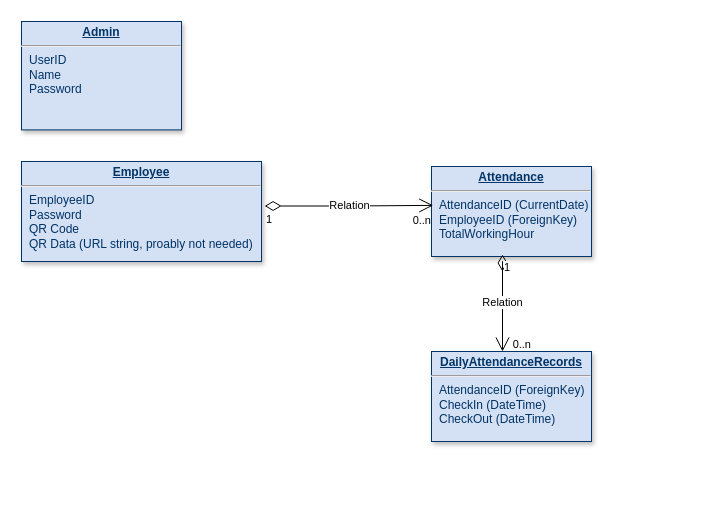
Calmen00-code/AttendanceTracker keeps this draw.io diagram as Diagram/DatabaseDiagram/Database.drawio. Above is the earlier version. Source tidied: cells renumbered, new cells numbered last; positions are measured from the earlier drawing's top-left corner, leaving out a move shared by most shapes. Both pictures are drawn from the tidied source at 100%, with x=0, y=0 at pixel (21, 21).
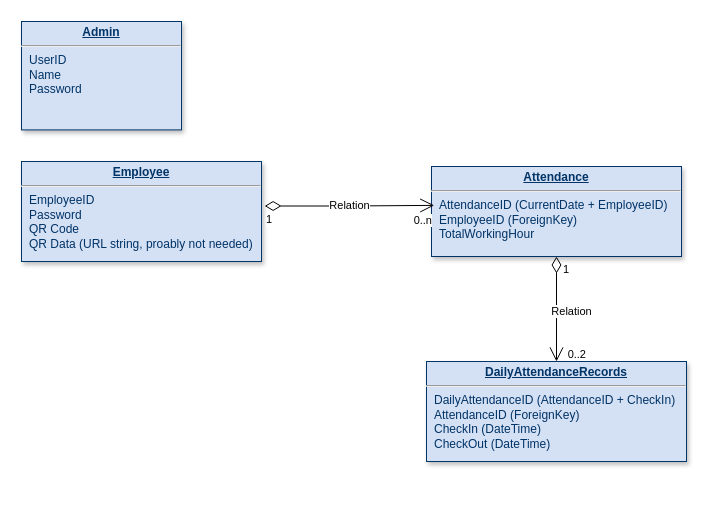
The same page after the edit.

Commit message (it also covers changes not shown here):
Created new DB to include DailyAttendanceRecords table

The edit, as a diff of the source:
```diff
@@
 <mxGraphModel>
   <root>
     <mxCell id="0" />
     <mxCell id="1" parent="0" />
     <mxCell id="2" value="&lt;p style=&quot;margin: 0px; margin-top: 4px; text-align: center; text-decoration: underline;&quot;&gt;&lt;b&gt;Admin&lt;/b&gt;&lt;/p&gt;&lt;hr&gt;&lt;p style=&quot;margin: 0px; margin-left: 8px;&quot;&gt;UserID&lt;/p&gt;&lt;p style=&quot;margin: 0px; margin-left: 8px;&quot;&gt;Name&lt;/p&gt;&lt;p style=&quot;margin: 0px; margin-left: 8px;&quot;&gt;Password&lt;/p&gt;" style="verticalAlign=top;align=left;overflow=fill;fontSize=12;fontFamily=Helvetica;html=1;strokeColor=#003366;shadow=1;fillColor=#D4E1F5;fontColor=#003366;" parent="1" vertex="1">
       <mxGeometry width="160" height="108.4" as="geometry" />
     </mxCell>
     <mxCell id="3" value="&lt;p style=&quot;margin: 0px; margin-top: 4px; text-align: center; text-decoration: underline;&quot;&gt;&lt;strong&gt;Employee&lt;/strong&gt;&lt;/p&gt;&lt;hr&gt;&lt;p style=&quot;margin: 0px; margin-left: 8px;&quot;&gt;EmployeeID&lt;/p&gt;&lt;p style=&quot;margin: 0px; margin-left: 8px;&quot;&gt;Password&lt;/p&gt;&lt;p style=&quot;margin: 0px; margin-left: 8px;&quot;&gt;QR Code&lt;/p&gt;&lt;p style=&quot;margin: 0px; margin-left: 8px;&quot;&gt;QR Data (URL string, proably not needed)&lt;/p&gt;" style="verticalAlign=top;align=left;overflow=fill;fontSize=12;fontFamily=Helvetica;html=1;strokeColor=#003366;shadow=1;fillColor=#D4E1F5;fontColor=#003366;" parent="1" vertex="1">
       <mxGeometry y="140" width="240" height="100" as="geometry" />
     </mxCell>
     <mxCell id="4" value="&lt;p style=&quot;forced-color-adjust: none; box-shadow: none !important; color: rgb(161, 205, 249); font-family: Helvetica; font-size: 12px; font-style: normal; font-variant-ligatures: normal; font-variant-caps: normal; font-weight: 400; letter-spacing: normal; orphans: 2; text-align: left; text-indent: 0px; text-transform: none; widows: 2; word-spacing: 0px; -webkit-text-stroke-width: 0px; white-space: nowrap; background-color: rgb(27, 29, 30); text-decoration-thickness: initial; text-decoration-style: initial; text-decoration-color: initial; margin: 0px 0px 0px 8px;&quot;&gt;&lt;br&gt;&lt;/p&gt;" style="text;whiteSpace=wrap;html=1;" parent="1" vertex="1">
       <mxGeometry x="370" y="50" width="180" height="70" as="geometry" />
     </mxCell>
-    <mxCell id="5" value="&lt;p style=&quot;margin: 0px; margin-top: 4px; text-align: center; text-decoration: underline;&quot;&gt;&lt;b&gt;Attendance&lt;/b&gt;&lt;/p&gt;&lt;hr&gt;&lt;p style=&quot;margin: 0px; margin-left: 8px;&quot;&gt;AttendanceID (CurrentDate)&lt;/p&gt;&lt;p style=&quot;margin: 0px; margin-left: 8px;&quot;&gt;EmployeeID (ForeignKey)&lt;/p&gt;&lt;p style=&quot;margin: 0px; margin-left: 8px;&quot;&gt;TotalWorkingHour&lt;/p&gt;&lt;p style=&quot;margin: 0px; margin-left: 8px;&quot;&gt;&lt;br&gt;&lt;/p&gt;" style="verticalAlign=top;align=left;overflow=fill;fontSize=12;fontFamily=Helvetica;html=1;strokeColor=#003366;shadow=1;fillColor=#D4E1F5;fontColor=#003366;" parent="1" vertex="1">
-      <mxGeometry x="410" y="145" width="160" height="90" as="geometry" />
+    <mxCell id="5" value="&lt;p style=&quot;margin: 0px; margin-top: 4px; text-align: center; text-decoration: underline;&quot;&gt;&lt;b&gt;Attendance&lt;/b&gt;&lt;/p&gt;&lt;hr&gt;&lt;p style=&quot;margin: 0px; margin-left: 8px;&quot;&gt;AttendanceID (CurrentDate + EmployeeID)&lt;/p&gt;&lt;p style=&quot;margin: 0px; margin-left: 8px;&quot;&gt;EmployeeID (ForeignKey)&lt;/p&gt;&lt;p style=&quot;margin: 0px; margin-left: 8px;&quot;&gt;TotalWorkingHour&lt;/p&gt;&lt;p style=&quot;margin: 0px; margin-left: 8px;&quot;&gt;&lt;br&gt;&lt;/p&gt;" style="verticalAlign=top;align=left;overflow=fill;fontSize=12;fontFamily=Helvetica;html=1;strokeColor=#003366;shadow=1;fillColor=#D4E1F5;fontColor=#003366;" parent="1" vertex="1">
+      <mxGeometry x="410" y="145" width="250" height="90" as="geometry" />
     </mxCell>
     <mxCell id="6" value="Relation" style="endArrow=open;html=1;endSize=12;startArrow=diamondThin;startSize=14;startFill=0;edgeStyle=orthogonalEdgeStyle;rounded=0;exitX=1.013;exitY=0.445;exitDx=0;exitDy=0;exitPerimeter=0;entryX=0.011;entryY=0.432;entryDx=0;entryDy=0;entryPerimeter=0;" parent="1" edge="1" source="3" target="5">
       <mxGeometry relative="1" as="geometry" />
     </mxCell>
     <mxCell id="7" value="1" style="edgeLabel;html=1;align=left;verticalAlign=top;" parent="6" vertex="1">
       <mxGeometry x="-1" relative="1" as="geometry" />
     </mxCell>
     <mxCell id="8" value="0..n" style="edgeLabel;html=1;align=right;verticalAlign=top;" parent="6" vertex="1">
       <mxGeometry x="1" relative="1" as="geometry">
         <mxPoint x="-2" y="2" as="offset" />
       </mxGeometry>
     </mxCell>
     <mxCell id="9" value="&lt;p style=&quot;forced-color-adjust: none; box-shadow: none !important; color: rgb(161, 205, 249); font-family: Helvetica; font-size: 12px; font-style: normal; font-variant-ligatures: normal; font-variant-caps: normal; font-weight: 400; letter-spacing: normal; orphans: 2; text-align: left; text-indent: 0px; text-transform: none; widows: 2; word-spacing: 0px; -webkit-text-stroke-width: 0px; white-space: nowrap; background-color: rgb(27, 29, 30); text-decoration-thickness: initial; text-decoration-style: initial; text-decoration-color: initial; margin: 0px 0px 0px 8px;&quot;&gt;&lt;br&gt;&lt;/p&gt;" style="text;whiteSpace=wrap;html=1;" parent="1" vertex="1">
       <mxGeometry x="200" y="430" width="160" height="50" as="geometry" />
     </mxCell>
-    <mxCell id="10" value="&lt;p style=&quot;margin: 0px; margin-top: 4px; text-align: center; text-decoration: underline;&quot;&gt;&lt;b&gt;DailyAttendanceRecords&lt;/b&gt;&lt;/p&gt;&lt;hr&gt;&lt;p style=&quot;margin: 0px; margin-left: 8px;&quot;&gt;AttendanceID (ForeignKey)&lt;/p&gt;&lt;p style=&quot;margin: 0px; margin-left: 8px;&quot;&gt;CheckIn (DateTime)&lt;/p&gt;&lt;p style=&quot;margin: 0px; margin-left: 8px;&quot;&gt;CheckOut (DateTime)&lt;/p&gt;&lt;p style=&quot;margin: 0px; margin-left: 8px;&quot;&gt;&lt;br&gt;&lt;/p&gt;" style="verticalAlign=top;align=left;overflow=fill;fontSize=12;fontFamily=Helvetica;html=1;strokeColor=#003366;shadow=1;fillColor=#D4E1F5;fontColor=#003366;" parent="1" vertex="1">
-      <mxGeometry x="410" y="330" width="160" height="90" as="geometry" />
+    <mxCell id="10" value="&lt;p style=&quot;margin: 0px; margin-top: 4px; text-align: center; text-decoration: underline;&quot;&gt;&lt;b&gt;DailyAttendanceRecords&lt;/b&gt;&lt;/p&gt;&lt;hr&gt;&lt;p style=&quot;margin: 0px; margin-left: 8px;&quot;&gt;DailyAttendanceID (AttendanceID + CheckIn)&lt;/p&gt;&lt;p style=&quot;margin: 0px; margin-left: 8px;&quot;&gt;AttendanceID (ForeignKey)&lt;/p&gt;&lt;p style=&quot;margin: 0px; margin-left: 8px;&quot;&gt;CheckIn (DateTime)&lt;/p&gt;&lt;p style=&quot;margin: 0px; margin-left: 8px;&quot;&gt;CheckOut (DateTime)&lt;/p&gt;" style="verticalAlign=top;align=left;overflow=fill;fontSize=12;fontFamily=Helvetica;html=1;strokeColor=#003366;shadow=1;fillColor=#D4E1F5;fontColor=#003366;" parent="1" vertex="1">
+      <mxGeometry x="405" y="340" width="260" height="100" as="geometry" />
     </mxCell>
-    <mxCell id="11" value="Relation" style="endArrow=open;html=1;endSize=12;startArrow=diamondThin;startSize=14;startFill=0;edgeStyle=orthogonalEdgeStyle;rounded=0;exitX=0.444;exitY=0.978;exitDx=0;exitDy=0;exitPerimeter=0;" parent="1" edge="1" source="5" target="10">
-      <mxGeometry relative="1" as="geometry">
-        <Array as="points">
-          <mxPoint x="481" y="240" />
-          <mxPoint x="481" y="240" />
-        </Array>
-      </mxGeometry>
+    <mxCell id="11" value="Relation" style="endArrow=open;html=1;endSize=12;startArrow=diamondThin;startSize=14;startFill=0;edgeStyle=orthogonalEdgeStyle;rounded=0;exitX=0.5;exitY=1;exitDx=0;exitDy=0;" parent="1" edge="1" source="5" target="10">
+      <mxGeometry x="0.05" y="15" relative="1" as="geometry" />
     </mxCell>
     <mxCell id="12" value="1" style="edgeLabel;html=1;align=left;verticalAlign=top;" parent="11" vertex="1">
-      <mxGeometry x="-1" relative="1" as="geometry" />
+      <mxGeometry x="-1" relative="1" as="geometry">
+        <mxPoint x="5" as="offset" />
+      </mxGeometry>
     </mxCell>
-    <mxCell id="13" value="0..n" style="edgeLabel;html=1;align=right;verticalAlign=top;" parent="11" vertex="1">
-      <mxGeometry x="1" relative="1" as="geometry">
-        <mxPoint x="29" y="-20" as="offset" />
-      </mxGeometry>
-    </mxCell>
+    <mxCell id="14" value="0..2" style="edgeLabel;html=1;align=right;verticalAlign=top;" parent="11" vertex="1">
+      <mxGeometry x="1" relative="1" as="geometry">
+        <mxPoint x="30" y="-20" as="offset" />
+      </mxGeometry>
+    </mxCell>
   </root>
 </mxGraphModel>
```
